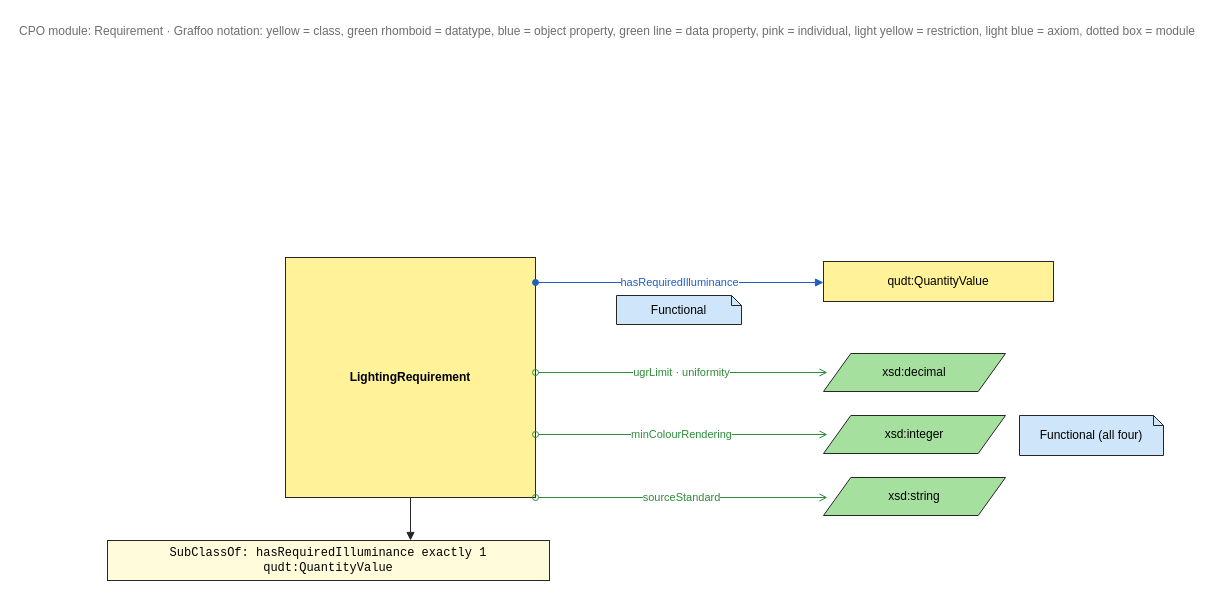
Before: diagrams/cpo-requirement-graffoo.drawio in RichZele/cpo, a draw.io diagram. Source tidied: cells renumbered, new cells numbered last; positions are measured from the earlier drawing's top-left corner, leaving out a move shared by most shapes. Both pictures are drawn from the tidied source at 100%, with x=0, y=0 at pixel (17, 17).
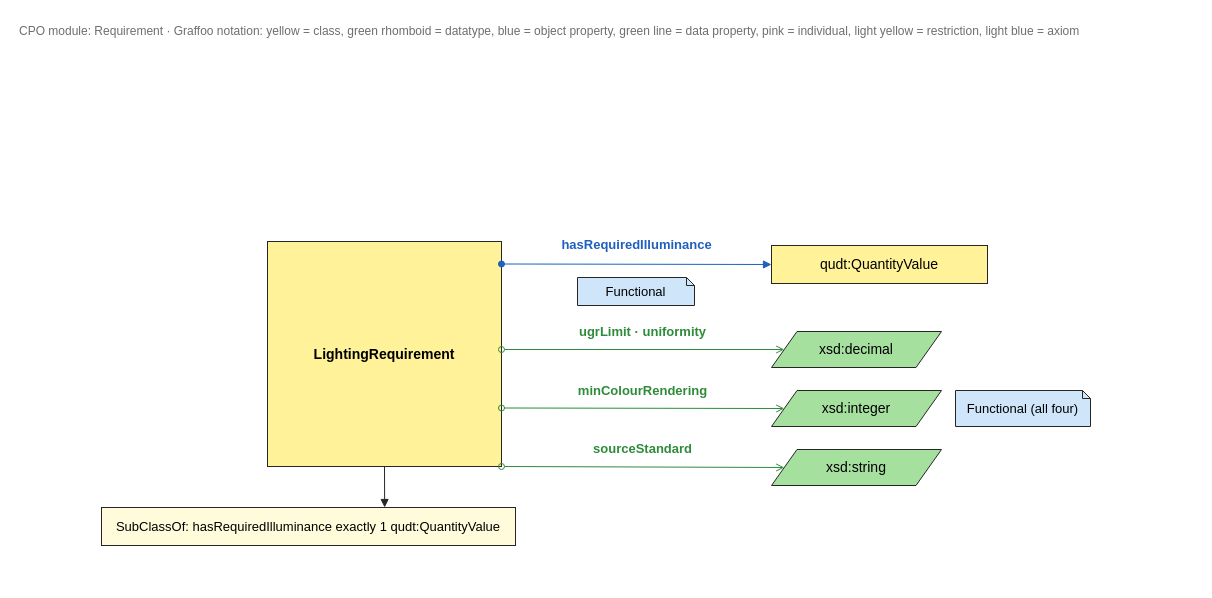
After the change.

Diff of the diagram source:
```diff
@@
+    <mxCell id="16" value="CPO module: Requirement · Graffoo notation: yellow = class, green rhomboid = datatype, blue = object property, green line = data property, pink = individual, light yellow = restriction, light blue = axiom" style="text;html=1;fontColor=#6E6E6E;align=left;" parent="1" vertex="1">
+      <mxGeometry width="1100" height="30" as="geometry" />
+    </mxCell>
-    <mxCell id="2" value="LightingRequirement" style="rounded=0;whiteSpace=wrap;html=1;fillColor=#FFF299;strokeColor=#262626;fontStyle=1;" parent="1" vertex="1">
-      <mxGeometry x="268" y="240" width="250" height="240" as="geometry" />
+    <mxCell id="2" value="LightingRequirement" style="rounded=0;whiteSpace=wrap;html=1;fillColor=#FFF299;strokeColor=#262626;fontStyle=1;fontSize=14;" parent="1" vertex="1">
+      <mxGeometry x="250" y="224" width="234" height="225" as="geometry" />
     </mxCell>
-    <mxCell id="3" value="qudt:QuantityValue" style="rounded=0;whiteSpace=wrap;html=1;fillColor=#FFF299;strokeColor=#262626;fontStyle=1;fontStyle=0;" parent="1" vertex="1">
-      <mxGeometry x="806" y="244" width="230" height="40" as="geometry" />
+    <mxCell id="3" value="qudt:QuantityValue" style="rounded=0;whiteSpace=wrap;html=1;fillColor=#FFF299;strokeColor=#262626;fontSize=14;" parent="1" vertex="1">
+      <mxGeometry x="754" y="228" width="216" height="38" as="geometry" />
     </mxCell>
-    <mxCell id="4" value="hasRequiredIlluminance" style="html=1;strokeColor=#1F5FBF;fontColor=#1F5FBF;startArrow=oval;startFill=1;endArrow=block;endFill=1;labelBackgroundColor=#FFFFFF;" parent="1" edge="1">
+    <mxCell id="4" value="hasRequiredIlluminance" style="html=1;rounded=0;labelBackgroundColor=#FFFFFF;fontSize=13;strokeColor=#1F5FBF;fontColor=#1F5FBF;fontStyle=1;startArrow=oval;startFill=1;endArrow=block;endFill=1;exitX=1;exitY=0.1;entryX=0;entryY=0.5;" parent="1" edge="1" source="2" target="3">
       <mxGeometry relative="1" as="geometry">
-        <mxPoint x="518" y="265" as="sourcePoint" />
-        <mxPoint x="806" y="265" as="targetPoint" />
+        <mxPoint y="-20" as="offset" />
       </mxGeometry>
     </mxCell>
-    <mxCell id="5" value="Functional" style="shape=note;whiteSpace=wrap;html=1;fillColor=#CFE6FA;strokeColor=#262626;size=10;" parent="1" vertex="1">
-      <mxGeometry x="599" y="278" width="125" height="29" as="geometry" />
+    <mxCell id="5" value="Functional" style="shape=note;whiteSpace=wrap;html=1;fillColor=#CFE6FA;strokeColor=#262626;size=8;fontSize=13;" parent="1" vertex="1">
+      <mxGeometry x="560" y="260" width="117" height="28" as="geometry" />
     </mxCell>
-    <mxCell id="6" value="SubClassOf: hasRequiredIlluminance exactly 1 qudt:QuantityValue" style="rounded=0;whiteSpace=wrap;html=1;fillColor=#FFFBDB;strokeColor=#262626;fontFamily=Courier New;" parent="1" vertex="1">
-      <mxGeometry x="90" y="523" width="442" height="40" as="geometry" />
-    </mxCell>
-    <mxCell id="7" style="html=1;strokeColor=#262626;fontColor=#262626;endArrow=block;endFill=1;labelBackgroundColor=#FFFFFF;" parent="1" edge="1">
-      <mxGeometry relative="1" as="geometry">
-        <mxPoint x="393" y="480" as="sourcePoint" />
-        <mxPoint x="393" y="523" as="targetPoint" />
-      </mxGeometry>
-    </mxCell>
-    <mxCell id="8" value="xsd:decimal" style="shape=parallelogram;perimeter=parallelogramPerimeter;whiteSpace=wrap;html=1;fillColor=#A6E09F;strokeColor=#262626;size=0.15;" parent="1" vertex="1">
-      <mxGeometry x="806" y="336" width="182" height="38" as="geometry" />
+    <mxCell id="8" value="xsd:decimal" style="shape=parallelogram;perimeter=parallelogramPerimeter;whiteSpace=wrap;html=1;fillColor=#A6E09F;strokeColor=#262626;size=0.15;fontSize=14;" parent="1" vertex="1">
+      <mxGeometry x="754" y="314" width="170" height="36" as="geometry" />
     </mxCell>
+    <mxCell id="11" value="ugrLimit · uniformity" style="html=1;rounded=0;labelBackgroundColor=#FFFFFF;fontSize=13;strokeColor=#2E8B3A;fontColor=#2E8B3A;fontStyle=1;startArrow=oval;startFill=0;endArrow=open;endFill=0;exitX=1;exitY=0.48;entryX=0;entryY=0.5;" parent="1" edge="1" source="2" target="8">
+      <mxGeometry relative="1" as="geometry">
+        <mxPoint y="-18" as="offset" />
+      </mxGeometry>
+    </mxCell>
-    <mxCell id="9" value="xsd:integer" style="shape=parallelogram;perimeter=parallelogramPerimeter;whiteSpace=wrap;html=1;fillColor=#A6E09F;strokeColor=#262626;size=0.15;" parent="1" vertex="1">
-      <mxGeometry x="806" y="398" width="182" height="38" as="geometry" />
+    <mxCell id="9" value="xsd:integer" style="shape=parallelogram;perimeter=parallelogramPerimeter;whiteSpace=wrap;html=1;fillColor=#A6E09F;strokeColor=#262626;size=0.15;fontSize=14;" parent="1" vertex="1">
+      <mxGeometry x="754" y="373" width="170" height="36" as="geometry" />
     </mxCell>
+    <mxCell id="12" value="minColourRendering" style="html=1;rounded=0;labelBackgroundColor=#FFFFFF;fontSize=13;strokeColor=#2E8B3A;fontColor=#2E8B3A;fontStyle=1;startArrow=oval;startFill=0;endArrow=open;endFill=0;exitX=1;exitY=0.74;entryX=0;entryY=0.5;" parent="1" edge="1" source="2" target="9">
+      <mxGeometry relative="1" as="geometry">
+        <mxPoint y="-18" as="offset" />
+      </mxGeometry>
+    </mxCell>
-    <mxCell id="10" value="xsd:string" style="shape=parallelogram;perimeter=parallelogramPerimeter;whiteSpace=wrap;html=1;fillColor=#A6E09F;strokeColor=#262626;size=0.15;" parent="1" vertex="1">
-      <mxGeometry x="806" y="460" width="182" height="38" as="geometry" />
+    <mxCell id="10" value="xsd:string" style="shape=parallelogram;perimeter=parallelogramPerimeter;whiteSpace=wrap;html=1;fillColor=#A6E09F;strokeColor=#262626;size=0.15;fontSize=14;" parent="1" vertex="1">
+      <mxGeometry x="754" y="432" width="170" height="36" as="geometry" />
     </mxCell>
-    <mxCell id="11" value="ugrLimit · uniformity" style="html=1;strokeColor=#2E8B3A;fontColor=#2E8B3A;startArrow=oval;startFill=0;endArrow=open;endFill=0;labelBackgroundColor=#FFFFFF;" parent="1" edge="1">
-      <mxGeometry relative="1" as="geometry">
-        <mxPoint x="518" y="355" as="sourcePoint" />
-        <mxPoint x="810" y="355" as="targetPoint" />
-      </mxGeometry>
-    </mxCell>
-    <mxCell id="12" value="minColourRendering" style="html=1;strokeColor=#2E8B3A;fontColor=#2E8B3A;startArrow=oval;startFill=0;endArrow=open;endFill=0;labelBackgroundColor=#FFFFFF;" parent="1" edge="1">
-      <mxGeometry relative="1" as="geometry">
-        <mxPoint x="518" y="417" as="sourcePoint" />
-        <mxPoint x="810" y="417" as="targetPoint" />
-      </mxGeometry>
-    </mxCell>
-    <mxCell id="13" value="sourceStandard" style="html=1;strokeColor=#2E8B3A;fontColor=#2E8B3A;startArrow=oval;startFill=0;endArrow=open;endFill=0;labelBackgroundColor=#FFFFFF;" parent="1" edge="1">
+    <mxCell id="13" value="sourceStandard" style="html=1;rounded=0;labelBackgroundColor=#FFFFFF;fontSize=13;strokeColor=#2E8B3A;fontColor=#2E8B3A;fontStyle=1;startArrow=oval;startFill=0;endArrow=open;endFill=0;exitX=1;exitY=1.00;entryX=0;entryY=0.5;" parent="1" edge="1" source="2" target="10">
       <mxGeometry relative="1" as="geometry">
-        <mxPoint x="518" y="480" as="sourcePoint" />
-        <mxPoint x="810" y="480" as="targetPoint" />
+        <mxPoint y="-18" as="offset" />
       </mxGeometry>
     </mxCell>
-    <mxCell id="14" value="Functional (all four)" style="shape=note;whiteSpace=wrap;html=1;fillColor=#CFE6FA;strokeColor=#262626;size=10;" parent="1" vertex="1">
-      <mxGeometry x="1002" y="398" width="144" height="40" as="geometry" />
+    <mxCell id="14" value="Functional (all four)" style="shape=note;whiteSpace=wrap;html=1;fillColor=#CFE6FA;strokeColor=#262626;size=8;fontSize=13;" parent="1" vertex="1">
+      <mxGeometry x="938" y="373" width="135" height="36" as="geometry" />
     </mxCell>
-    <mxCell id="15" value="CPO module: Requirement · Graffoo notation: yellow = class, green rhomboid = datatype, blue = object property, green line = data property, pink = individual, light yellow = restriction, light blue = axiom, dotted box = module" style="text;html=1;fontColor=#6E6E6E;align=left;" parent="1" vertex="1">
-      <mxGeometry width="1000" height="30" as="geometry" />
-    </mxCell>
+    <mxCell id="6" value="SubClassOf: hasRequiredIlluminance exactly 1 qudt:QuantityValue" style="rounded=0;whiteSpace=wrap;html=1;fillColor=#FFFBDB;strokeColor=#262626;fontSize=13;" parent="1" vertex="1">
+      <mxGeometry x="84" y="490" width="414" height="38" as="geometry" />
+    </mxCell>
+    <mxCell id="17" style="html=1;rounded=0;labelBackgroundColor=#FFFFFF;fontSize=13;strokeColor=#262626;endArrow=block;endFill=1;exitX=0.5;exitY=1;entryX=0.684;entryY=0;" parent="1" edge="1" source="2" target="6">
+      <mxGeometry relative="1" as="geometry" />
+    </mxCell>
```
